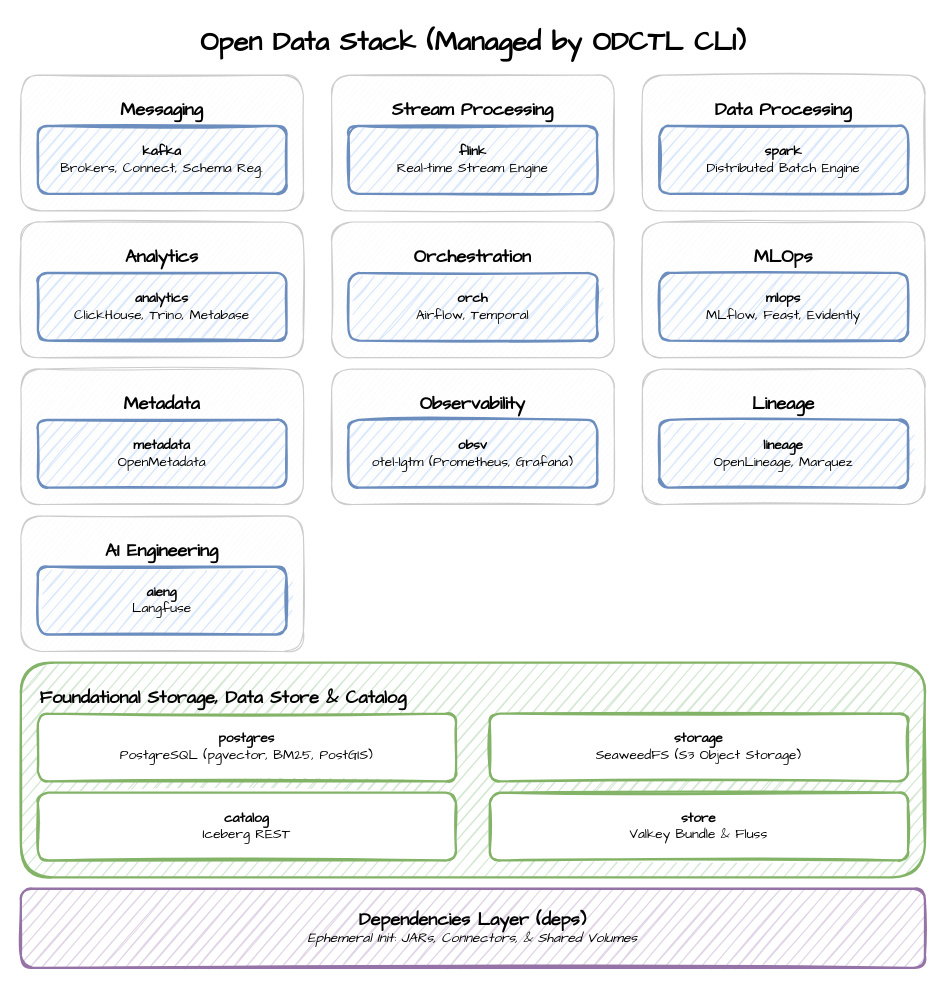
Before: image/diagram.drawio in jaehyeon-kim/odctl, a draw.io diagram. Source tidied: cells renumbered, new cells numbered last; positions are measured from the earlier drawing's top-left corner, leaving out a move shared by most shapes. Both pictures are drawn from the tidied source at 113%, with x=0, y=0 at pixel (20, 19).
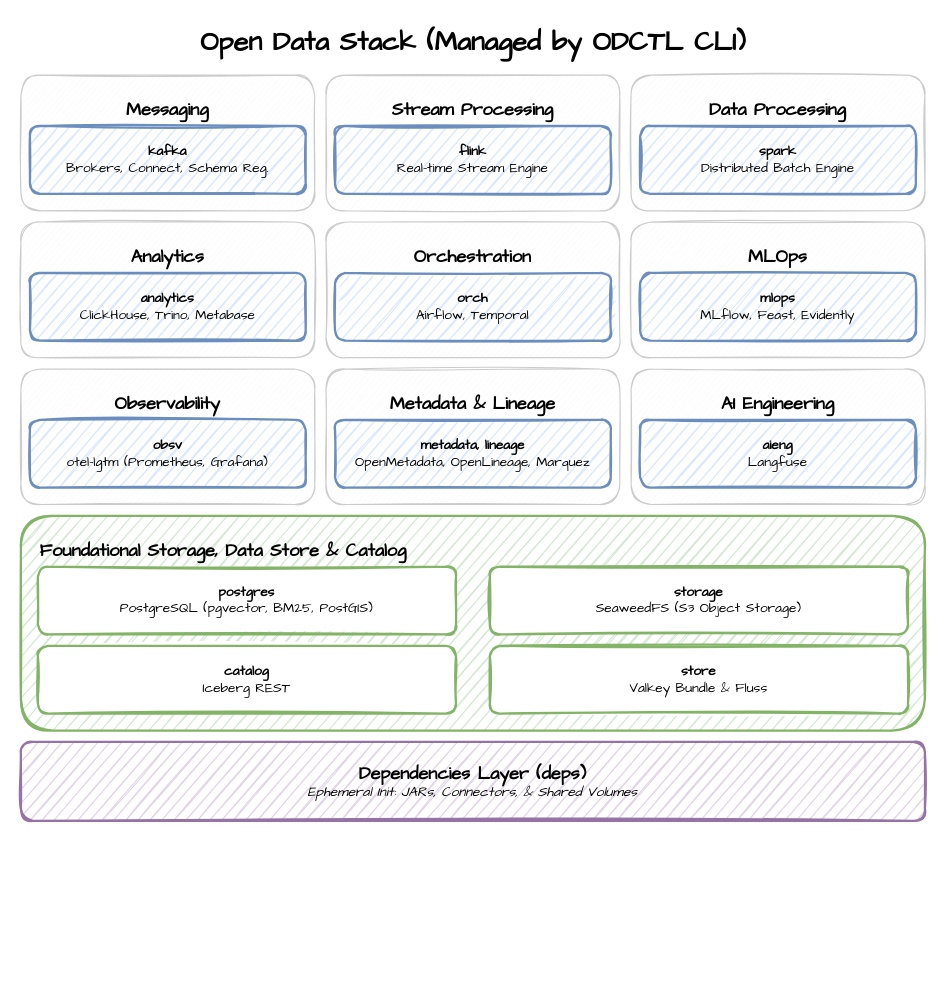
The same page after the edit.

Commit message (it also covers changes not shown here):
README diagram as a 3 x 3 grid, with Metadata and Lineage in one area

Diff of the diagram source:
```diff
@@
     <mxCell id="3" value="&lt;b style=&quot;font-size:16px;&quot;&gt;Messaging&lt;/b&gt;" style="rounded=1;whiteSpace=wrap;html=1;sketch=1;fillColor=#f9f9f9;strokeColor=#cccccc;verticalAlign=top;spacingTop=15;fontFamily=Comic Sans MS;" parent="1" vertex="1">
-      <mxGeometry y="49" width="250" height="120" as="geometry" />
+      <mxGeometry y="49" width="260" height="120" as="geometry" />
     </mxCell>
     <mxCell id="4" value="&lt;b&gt;kafka&lt;/b&gt;&lt;br&gt;Brokers, Connect, Schema Reg." style="rounded=1;whiteSpace=wrap;html=1;sketch=1;fillColor=#dae8fc;strokeColor=#6c8ebf;strokeWidth=2;fontFamily=Comic Sans MS;" parent="1" vertex="1">
-      <mxGeometry x="15" y="94" width="220" height="60" as="geometry" />
+      <mxGeometry x="8" y="94" width="244" height="60" as="geometry" />
     </mxCell>
     <mxCell id="5" value="&lt;b style=&quot;font-size:16px;&quot;&gt;Stream Processing&lt;/b&gt;" style="rounded=1;whiteSpace=wrap;html=1;sketch=1;fillColor=#f9f9f9;strokeColor=#cccccc;verticalAlign=top;spacingTop=15;fontFamily=Comic Sans MS;" parent="1" vertex="1">
-      <mxGeometry x="275" y="49" width="250" height="120" as="geometry" />
+      <mxGeometry x="270" y="49" width="260" height="120" as="geometry" />
     </mxCell>
     <mxCell id="6" value="&lt;b&gt;flink&lt;/b&gt;&lt;br&gt;Real-time Stream Engine" style="rounded=1;whiteSpace=wrap;html=1;sketch=1;fillColor=#dae8fc;strokeColor=#6c8ebf;strokeWidth=2;fontFamily=Comic Sans MS;" parent="1" vertex="1">
-      <mxGeometry x="290" y="94" width="220" height="60" as="geometry" />
+      <mxGeometry x="278" y="94" width="244" height="60" as="geometry" />
     </mxCell>
     <mxCell id="7" value="&lt;b style=&quot;font-size:16px;&quot;&gt;Data Processing&lt;/b&gt;" style="rounded=1;whiteSpace=wrap;html=1;sketch=1;fillColor=#f9f9f9;strokeColor=#cccccc;verticalAlign=top;spacingTop=15;fontFamily=Comic Sans MS;" parent="1" vertex="1">
-      <mxGeometry x="550" y="49" width="250" height="120" as="geometry" />
+      <mxGeometry x="540" y="49" width="260" height="120" as="geometry" />
     </mxCell>
     <mxCell id="8" value="&lt;b&gt;spark&lt;/b&gt;&lt;br&gt;Distributed Batch Engine" style="rounded=1;whiteSpace=wrap;html=1;sketch=1;fillColor=#dae8fc;strokeColor=#6c8ebf;strokeWidth=2;fontFamily=Comic Sans MS;" parent="1" vertex="1">
-      <mxGeometry x="565" y="94" width="220" height="60" as="geometry" />
+      <mxGeometry x="548" y="94" width="244" height="60" as="geometry" />
     </mxCell>
     <mxCell id="9" value="&lt;b style=&quot;font-size:16px;&quot;&gt;Analytics&lt;/b&gt;" style="rounded=1;whiteSpace=wrap;html=1;sketch=1;fillColor=#f9f9f9;strokeColor=#cccccc;verticalAlign=top;spacingTop=15;fontFamily=Comic Sans MS;" parent="1" vertex="1">
-      <mxGeometry y="179" width="250" height="120" as="geometry" />
+      <mxGeometry y="179" width="260" height="120" as="geometry" />
     </mxCell>
     <mxCell id="10" value="&lt;b&gt;analytics&lt;/b&gt;&lt;br&gt;ClickHouse, Trino, Metabase" style="rounded=1;whiteSpace=wrap;html=1;sketch=1;fillColor=#dae8fc;strokeColor=#6c8ebf;strokeWidth=2;fontFamily=Comic Sans MS;" parent="1" vertex="1">
-      <mxGeometry x="15" y="224" width="220" height="60" as="geometry" />
+      <mxGeometry x="8" y="224" width="244" height="60" as="geometry" />
     </mxCell>
     <mxCell id="11" value="&lt;b style=&quot;font-size:16px;&quot;&gt;Orchestration&lt;/b&gt;" style="rounded=1;whiteSpace=wrap;html=1;sketch=1;fillColor=#f9f9f9;strokeColor=#cccccc;verticalAlign=top;spacingTop=15;fontFamily=Comic Sans MS;" parent="1" vertex="1">
-      <mxGeometry x="275" y="179" width="250" height="120" as="geometry" />
+      <mxGeometry x="270" y="179" width="260" height="120" as="geometry" />
     </mxCell>
     <mxCell id="12" value="&lt;b&gt;orch&lt;/b&gt;&lt;br&gt;Airflow, Temporal" style="rounded=1;whiteSpace=wrap;html=1;sketch=1;fillColor=#dae8fc;strokeColor=#6c8ebf;strokeWidth=2;fontFamily=Comic Sans MS;" parent="1" vertex="1">
-      <mxGeometry x="290" y="224" width="220" height="60" as="geometry" />
+      <mxGeometry x="278" y="224" width="244" height="60" as="geometry" />
     </mxCell>
     <mxCell id="13" value="&lt;b style=&quot;font-size:16px;&quot;&gt;MLOps&lt;/b&gt;" style="rounded=1;whiteSpace=wrap;html=1;sketch=1;fillColor=#f9f9f9;strokeColor=#cccccc;verticalAlign=top;spacingTop=15;fontFamily=Comic Sans MS;" parent="1" vertex="1">
-      <mxGeometry x="550" y="179" width="250" height="120" as="geometry" />
+      <mxGeometry x="540" y="179" width="260" height="120" as="geometry" />
     </mxCell>
     <mxCell id="14" value="&lt;b&gt;mlops&lt;/b&gt;&lt;br&gt;MLflow, Feast, Evidently" style="rounded=1;whiteSpace=wrap;html=1;sketch=1;fillColor=#dae8fc;strokeColor=#6c8ebf;strokeWidth=2;fontFamily=Comic Sans MS;" parent="1" vertex="1">
-      <mxGeometry x="565" y="224" width="220" height="60" as="geometry" />
+      <mxGeometry x="548" y="224" width="244" height="60" as="geometry" />
     </mxCell>
-    <mxCell id="15" value="&lt;b style=&quot;font-size:16px;&quot;&gt;Metadata&lt;/b&gt;" style="rounded=1;whiteSpace=wrap;html=1;sketch=1;fillColor=#f9f9f9;strokeColor=#cccccc;verticalAlign=top;spacingTop=15;fontFamily=Comic Sans MS;" parent="1" vertex="1">
-      <mxGeometry y="309" width="250" height="120" as="geometry" />
+    <mxCell id="15" value="&lt;b style=&quot;font-size:16px;&quot;&gt;Metadata &amp;amp; Lineage&lt;/b&gt;" style="rounded=1;whiteSpace=wrap;html=1;sketch=1;fillColor=#f9f9f9;strokeColor=#cccccc;verticalAlign=top;spacingTop=15;fontFamily=Comic Sans MS;" parent="1" vertex="1">
+      <mxGeometry x="270" y="309" width="260" height="120" as="geometry" />
     </mxCell>
-    <mxCell id="16" value="&lt;b&gt;metadata&lt;/b&gt;&lt;br&gt;OpenMetadata" style="rounded=1;whiteSpace=wrap;html=1;sketch=1;fillColor=#dae8fc;strokeColor=#6c8ebf;strokeWidth=2;fontFamily=Comic Sans MS;" parent="1" vertex="1">
-      <mxGeometry x="15" y="354" width="220" height="60" as="geometry" />
+    <mxCell id="16" value="&lt;b&gt;metadata, lineage&lt;/b&gt;&lt;br&gt;OpenMetadata, OpenLineage, Marquez" style="rounded=1;whiteSpace=wrap;html=1;sketch=1;fillColor=#dae8fc;strokeColor=#6c8ebf;strokeWidth=2;fontFamily=Comic Sans MS;" parent="1" vertex="1">
+      <mxGeometry x="278" y="354" width="244" height="60" as="geometry" />
     </mxCell>
     <mxCell id="17" value="&lt;b style=&quot;font-size:16px;&quot;&gt;Observability&lt;/b&gt;" style="rounded=1;whiteSpace=wrap;html=1;sketch=1;fillColor=#f9f9f9;strokeColor=#cccccc;verticalAlign=top;spacingTop=15;fontFamily=Comic Sans MS;" parent="1" vertex="1">
-      <mxGeometry x="275" y="309" width="250" height="120" as="geometry" />
+      <mxGeometry y="309" width="260" height="120" as="geometry" />
     </mxCell>
     <mxCell id="18" value="&lt;b&gt;obsv&lt;/b&gt;&lt;br&gt;otel-lgtm (Prometheus, Grafana)" style="rounded=1;whiteSpace=wrap;html=1;sketch=1;fillColor=#dae8fc;strokeColor=#6c8ebf;strokeWidth=2;fontFamily=Comic Sans MS;" parent="1" vertex="1">
-      <mxGeometry x="290" y="354" width="220" height="60" as="geometry" />
+      <mxGeometry x="8" y="354" width="244" height="60" as="geometry" />
     </mxCell>
-    <mxCell id="19" value="&lt;b style=&quot;font-size:16px;&quot;&gt;Lineage&lt;/b&gt;" style="rounded=1;whiteSpace=wrap;html=1;sketch=1;fillColor=#f9f9f9;strokeColor=#cccccc;verticalAlign=top;spacingTop=15;fontFamily=Comic Sans MS;" parent="1" vertex="1">
-      <mxGeometry x="550" y="309" width="250" height="120" as="geometry" />
-    </mxCell>
-    <mxCell id="20" value="&lt;b&gt;lineage&lt;/b&gt;&lt;br&gt;OpenLineage, Marquez" style="rounded=1;whiteSpace=wrap;html=1;sketch=1;fillColor=#dae8fc;strokeColor=#6c8ebf;strokeWidth=2;fontFamily=Comic Sans MS;" parent="1" vertex="1">
-      <mxGeometry x="565" y="354" width="220" height="60" as="geometry" />
-    </mxCell>
     <mxCell id="21" value="&lt;b style=&quot;font-size:16px;&quot;&gt;AI Engineering&lt;/b&gt;" style="rounded=1;whiteSpace=wrap;html=1;sketch=1;fillColor=#f9f9f9;strokeColor=#cccccc;verticalAlign=top;spacingTop=15;fontFamily=Comic Sans MS;" parent="1" vertex="1">
-      <mxGeometry y="439" width="250" height="120" as="geometry" />
+      <mxGeometry x="540" y="309" width="260" height="120" as="geometry" />
     </mxCell>
     <mxCell id="22" value="&lt;b&gt;aieng&lt;/b&gt;&lt;br&gt;Langfuse" style="rounded=1;whiteSpace=wrap;html=1;sketch=1;fillColor=#dae8fc;strokeColor=#6c8ebf;strokeWidth=2;fontFamily=Comic Sans MS;" parent="1" vertex="1">
-      <mxGeometry x="15" y="484" width="220" height="60" as="geometry" />
+      <mxGeometry x="548" y="354" width="244" height="60" as="geometry" />
     </mxCell>
     <mxCell id="23" value="&lt;b style=&quot;font-size: 16px;&quot;&gt;Foundational Storage, Data Store &amp;amp; Catalog&lt;/b&gt;" style="rounded=1;whiteSpace=wrap;html=1;sketch=1;fillColor=#d5e8d4;strokeColor=#82b366;strokeWidth=2;align=left;verticalAlign=top;spacingLeft=15;spacingTop=15;fontFamily=Comic Sans MS;" parent="1" vertex="1">
-      <mxGeometry y="569" width="800" height="190" as="geometry" />
+      <mxGeometry y="439" width="800" height="190" as="geometry" />
     </mxCell>
     <mxCell id="24" value="&lt;b&gt;postgres&lt;/b&gt;&lt;br&gt;PostgreSQL (pgvector, BM25, PostGIS)" style="rounded=1;whiteSpace=wrap;html=1;sketch=1;fillColor=#ffffff;strokeColor=#82b366;strokeWidth=2;fontFamily=Comic Sans MS;" parent="1" vertex="1">
-      <mxGeometry x="15" y="614" width="370" height="60" as="geometry" />
+      <mxGeometry x="15" y="484" width="370" height="60" as="geometry" />
     </mxCell>
     <mxCell id="25" value="&lt;b&gt;storage&lt;/b&gt;&lt;br&gt;SeaweedFS (S3 Object Storage)" style="rounded=1;whiteSpace=wrap;html=1;sketch=1;fillColor=#ffffff;strokeColor=#82b366;strokeWidth=2;fontFamily=Comic Sans MS;" parent="1" vertex="1">
-      <mxGeometry x="415" y="614" width="370" height="60" as="geometry" />
+      <mxGeometry x="415" y="484" width="370" height="60" as="geometry" />
     </mxCell>
     <mxCell id="26" value="&lt;b&gt;catalog&lt;/b&gt;&lt;br&gt;Iceberg REST" style="rounded=1;whiteSpace=wrap;html=1;sketch=1;fillColor=#ffffff;strokeColor=#82b366;strokeWidth=2;fontFamily=Comic Sans MS;" parent="1" vertex="1">
-      <mxGeometry x="15" y="684" width="370" height="60" as="geometry" />
+      <mxGeometry x="15" y="554" width="370" height="60" as="geometry" />
     </mxCell>
     <mxCell id="27" value="&lt;b&gt;store&lt;/b&gt;&lt;br&gt;Valkey Bundle &amp;amp; Fluss" style="rounded=1;whiteSpace=wrap;html=1;sketch=1;fillColor=#ffffff;strokeColor=#82b366;strokeWidth=2;fontFamily=Comic Sans MS;" parent="1" vertex="1">
-      <mxGeometry x="415" y="684" width="370" height="60" as="geometry" />
+      <mxGeometry x="415" y="554" width="370" height="60" as="geometry" />
     </mxCell>
     <mxCell id="28" value="&lt;b style=&quot;font-size: 16px;&quot;&gt;Dependencies Layer (deps)&lt;/b&gt;&lt;br&gt;&lt;i&gt;Ephemeral Init: JARs, Connectors, &amp;amp; Shared Volumes&lt;/i&gt;" style="rounded=1;whiteSpace=wrap;html=1;sketch=1;fillColor=#e1d5e7;strokeColor=#9673a6;strokeWidth=2;align=center;verticalAlign=middle;fontFamily=Comic Sans MS;" parent="1" vertex="1">
-      <mxGeometry y="769" width="800" height="70" as="geometry" />
+      <mxGeometry y="639" width="800" height="70" as="geometry" />
     </mxCell>
```
